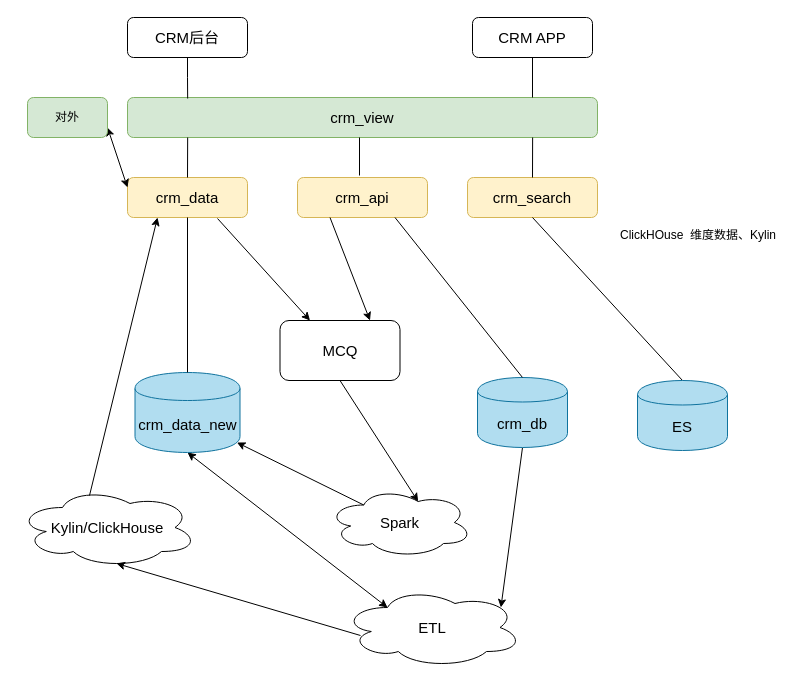
Earlier version of the draw.io diagram crm结构.drawio (WinchongYoung/draw.io). Source tidied: cells renumbered, new cells numbered last; positions are measured from the earlier drawing's top-left corner, leaving out a move shared by most shapes. Both pictures are drawn from the tidied source at 100%, with x=0, y=0 at pixel (17, 17).
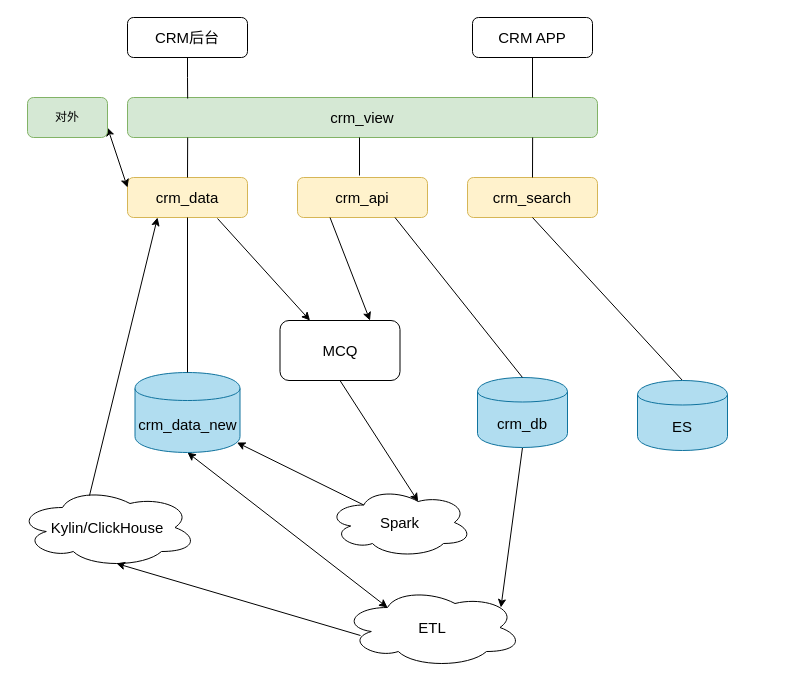
The same page after the edit.

Change to the diagram source:
```diff
@@
-    <mxCell id="32" value="ClickHOuse&amp;nbsp; 维度数据、Kylin" style="text;html=1;align=left;verticalAlign=top;spacingTop=-4;" parent="1" vertex="1">
-      <mxGeometry x="601" y="208" width="170" height="20" as="geometry" />
-    </mxCell>
```
